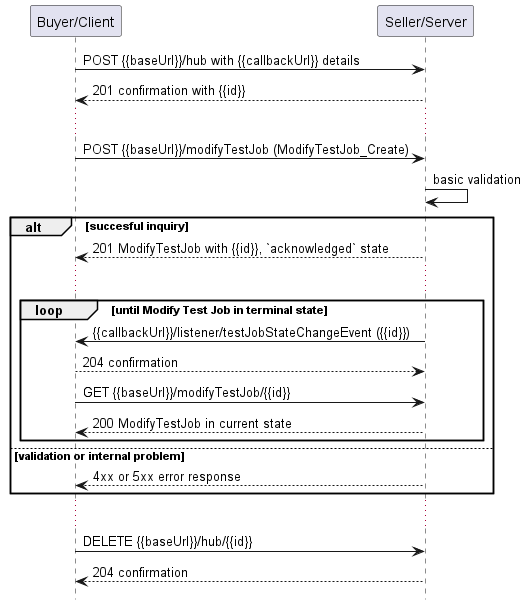
Earlier version of the PlantUML export documentation/serviceApi/sft/serviceTest/media/useCase10Notification.png (MEF-GIT/MEF-LSO-Legato-SDK). Its diagram source:
```plantuml
@startuml useCase10Notification

hide footbox

participant "Buyer/Client" as B
participant "Seller/Server" as S

B -> S: POST {{baseUrl}}/hub with {{callbackUrl}} details
S --> B: 201 confirmation with {{id}}
...
B -> S: POST {{baseUrl}}/modifyTestJob (ModifyTestJob_Create)
S -> S: basic validation

alt succesful inquiry
  S --> B: 201 ModifyTestJob with {{id}}, `acknowledged` state
  ...

  group loop [until Modify Test Job in terminal state]
      S -> B: {{callbackUrl}}/listener/testJobStateChangeEvent ({{id}})
      B --> S: 204 confirmation
      B -> S:   GET {{baseUrl}}/modifyTestJob/{{id}}
      return 200 ModifyTestJob in current state
  end

else validation or internal problem
  S --> B : 4xx or 5xx error response
end

...

B -> S : DELETE {{baseUrl}}/hub/{{id}}
S --> B : 204 confirmation

@enduml
```
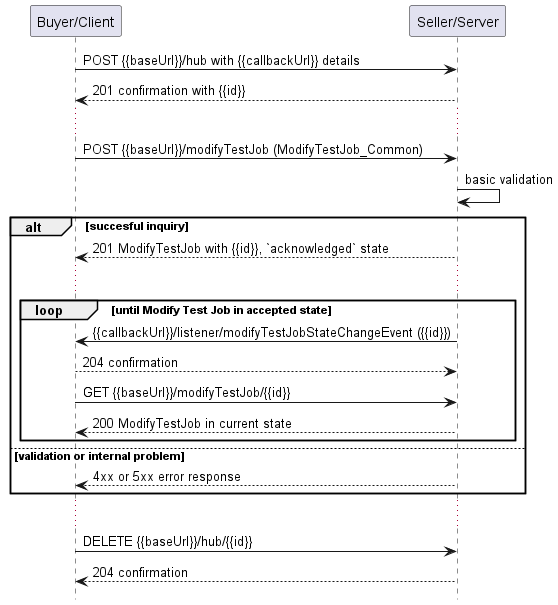
After the commit.

Change to the diagram source:
```diff
@@ -8,15 +8,15 @@
 B -> S: POST {{baseUrl}}/hub with {{callbackUrl}} details
 S --> B: 201 confirmation with {{id}}
 ...
-B -> S: POST {{baseUrl}}/modifyTestJob (ModifyTestJob_Create)
+B -> S: POST {{baseUrl}}/modifyTestJob (ModifyTestJob_Common)
 S -> S: basic validation
 
 alt succesful inquiry
   S --> B: 201 ModifyTestJob with {{id}}, `acknowledged` state
   ...
 
-  group loop [until Modify Test Job in terminal state]
-      S -> B: {{callbackUrl}}/listener/testJobStateChangeEvent ({{id}})
+  group loop [until Modify Test Job in accepted state]
+      S -> B: {{callbackUrl}}/listener/modifyTestJobStateChangeEvent ({{id}})
       B --> S: 204 confirmation
       B -> S:   GET {{baseUrl}}/modifyTestJob/{{id}}
       return 200 ModifyTestJob in current state
```
